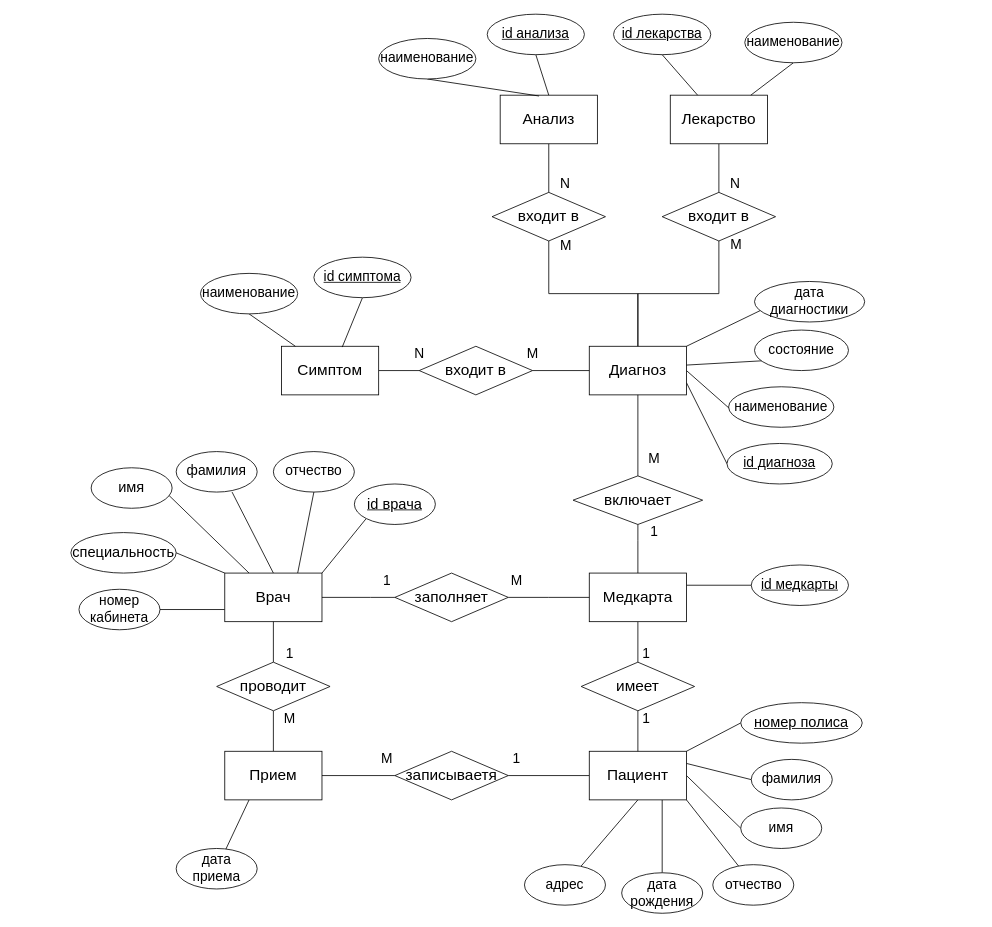
Above: Концептуальная диаграмма.drawio in BozrikovDanila/DB (draw.io), before the change. Source tidied: cells renumbered, new cells numbered last; positions are measured from the earlier drawing's top-left corner, leaving out a move shared by most shapes. Both pictures are drawn from the tidied source at 81%, with x=0, y=0 at pixel (70, 14).
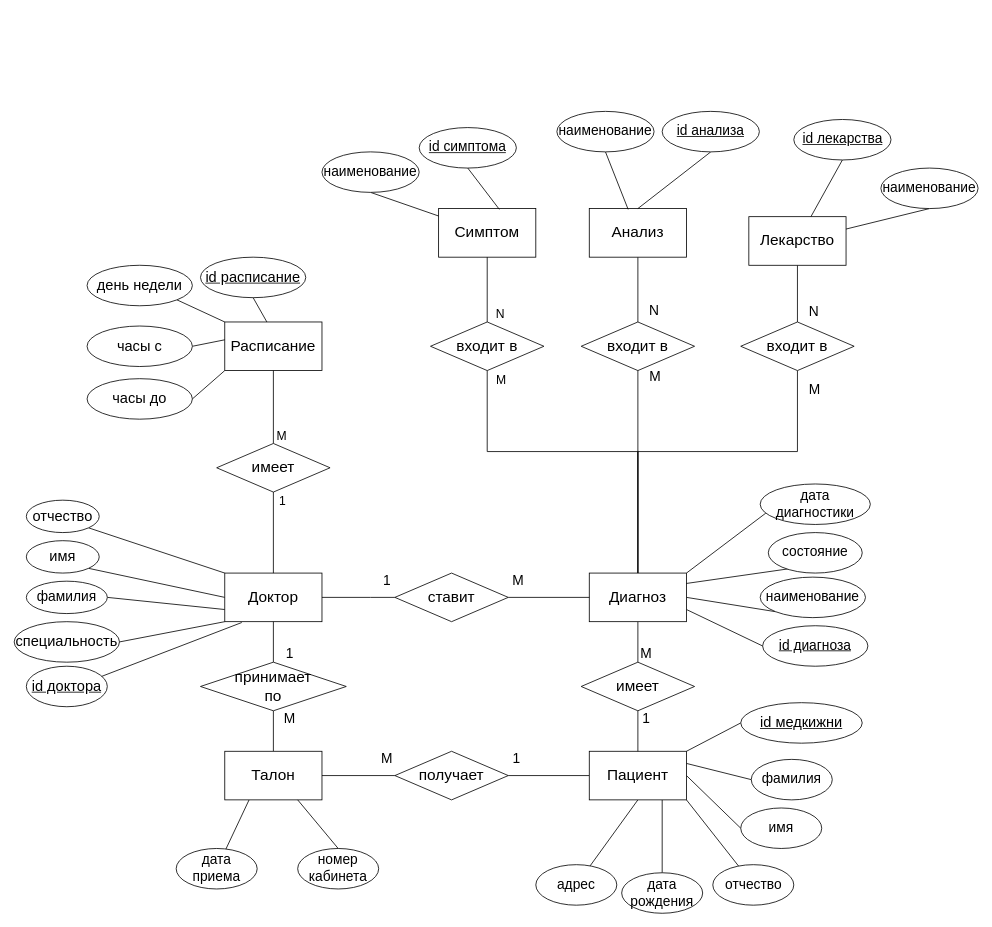
After the change.

Unchanged cells that the change refers to:
```xml
<mxCell id="24" value="имеет" style="rhombus;whiteSpace=wrap;html=1;fontSize=19;" parent="1" vertex="1">
  <mxGeometry x="630" y="800" width="140" height="60" as="geometry" />
</mxCell>
```

Diff of the diagram source:
```diff
@@
-    <mxCell id="2" style="rounded=0;jettySize=auto;html=1;exitX=0;exitY=0.75;exitDx=0;exitDy=0;entryX=1;entryY=0.5;entryDx=0;entryDy=0;fontSize=17;endArrow=none;endFill=0;" parent="1" edge="1" source="7" target="33">
-      <mxGeometry relative="1" as="geometry" />
-    </mxCell>
-    <mxCell id="3" style="edgeStyle=none;rounded=0;jettySize=auto;html=1;exitX=0;exitY=0;exitDx=0;exitDy=0;entryX=1;entryY=0.5;entryDx=0;entryDy=0;fontSize=17;endArrow=none;endFill=0;" parent="1" edge="1" source="7" target="34">
+    <mxCell id="3" style="edgeStyle=none;rounded=0;jettySize=auto;html=1;exitX=0;exitY=1;exitDx=0;exitDy=0;entryX=1;entryY=0.5;entryDx=0;entryDy=0;fontSize=17;endArrow=none;endFill=0;" parent="1" edge="1" source="7" target="34">
       <mxGeometry relative="1" as="geometry" />
     </mxCell>
-    <mxCell id="4" style="edgeStyle=none;rounded=0;jettySize=auto;html=1;exitX=0.25;exitY=0;exitDx=0;exitDy=0;entryX=0.96;entryY=0.68;entryDx=0;entryDy=0;entryPerimeter=0;fontSize=17;endArrow=none;endFill=0;" parent="1" edge="1" source="7" target="31">
+    <mxCell id="4" style="edgeStyle=none;rounded=0;jettySize=auto;html=1;exitX=0;exitY=0.5;exitDx=0;exitDy=0;entryX=1;entryY=1;entryDx=0;entryDy=0;fontSize=17;endArrow=none;endFill=0;" parent="1" edge="1" source="7" target="31">
       <mxGeometry relative="1" as="geometry" />
     </mxCell>
-    <mxCell id="5" style="edgeStyle=none;rounded=0;jettySize=auto;html=1;exitX=0.5;exitY=0;exitDx=0;exitDy=0;entryX=0.69;entryY=1;entryDx=0;entryDy=0;entryPerimeter=0;fontSize=17;endArrow=none;endFill=0;" parent="1" edge="1" source="7" target="30">
+    <mxCell id="5" style="edgeStyle=none;rounded=0;jettySize=auto;html=1;exitX=0;exitY=0.75;exitDx=0;exitDy=0;entryX=1;entryY=0.5;entryDx=0;entryDy=0;fontSize=17;endArrow=none;endFill=0;" parent="1" edge="1" source="7" target="30">
       <mxGeometry relative="1" as="geometry" />
     </mxCell>
-    <mxCell id="6" style="edgeStyle=none;rounded=0;jettySize=auto;html=1;exitX=0.75;exitY=0;exitDx=0;exitDy=0;entryX=0.5;entryY=1;entryDx=0;entryDy=0;fontSize=17;endArrow=none;endFill=0;" parent="1" edge="1" source="7" target="32">
+    <mxCell id="6" style="edgeStyle=none;rounded=0;jettySize=auto;html=1;exitX=0;exitY=0;exitDx=0;exitDy=0;entryX=1;entryY=1;entryDx=0;entryDy=0;fontSize=17;endArrow=none;endFill=0;" parent="1" edge="1" source="7" target="32">
       <mxGeometry relative="1" as="geometry" />
     </mxCell>
-    <mxCell id="7" value="&lt;font style=&quot;font-size: 19px;&quot;&gt;Врач&lt;/font&gt;" style="rounded=0;whiteSpace=wrap;html=1;fontSize=19;" parent="1" vertex="1">
+    <mxCell id="7" value="&lt;font style=&quot;font-size: 19px;&quot;&gt;Доктор&lt;/font&gt;" style="rounded=0;whiteSpace=wrap;html=1;fontSize=19;" parent="1" vertex="1">
       <mxGeometry x="190" y="690" width="120" height="60" as="geometry" />
     </mxCell>
-    <mxCell id="8" value="1" style="edgeStyle=orthogonalEdgeStyle;rounded=0;jettySize=auto;html=1;exitX=0.5;exitY=1;exitDx=0;exitDy=0;fontSize=17;endArrow=none;endFill=0;" parent="1" edge="1" source="10" target="24">
+    <mxCell id="8" value="M" style="edgeStyle=orthogonalEdgeStyle;rounded=0;jettySize=auto;html=1;exitX=0.5;exitY=1;exitDx=0;exitDy=0;fontSize=17;endArrow=none;endFill=0;" parent="1" edge="1" source="81" target="24">
       <mxGeometry x="0.6" y="10" relative="1" as="geometry" />
     </mxCell>
-    <mxCell id="9" style="edgeStyle=none;rounded=0;jettySize=auto;html=1;exitX=1;exitY=0.25;exitDx=0;exitDy=0;entryX=0;entryY=0.5;entryDx=0;entryDy=0;fontSize=17;endArrow=none;endFill=0;" parent="1" edge="1" source="10" target="35">
-      <mxGeometry relative="1" as="geometry" />
-    </mxCell>
-    <mxCell id="10" value="&lt;font style=&quot;font-size: 19px;&quot;&gt;Медкарта&lt;/font&gt;" style="rounded=0;whiteSpace=wrap;html=1;fontSize=19;" parent="1" vertex="1">
-      <mxGeometry x="640" y="690" width="120" height="60" as="geometry" />
-    </mxCell>
@@
-    <mxCell id="20" value="&lt;font style=&quot;font-size: 19px;&quot;&gt;Прием&lt;/font&gt;" style="rounded=0;whiteSpace=wrap;html=1;fontSize=19;" parent="1" vertex="1">
+    <mxCell id="20" value="&lt;font style=&quot;font-size: 19px;&quot;&gt;Талон&lt;/font&gt;" style="rounded=0;whiteSpace=wrap;html=1;fontSize=19;" parent="1" vertex="1">
       <mxGeometry x="190" y="910" width="120" height="60" as="geometry" />
     </mxCell>
-    <mxCell id="21" value="M" style="edgeStyle=orthogonalEdgeStyle;rounded=0;jettySize=auto;html=1;exitX=1;exitY=0.5;exitDx=0;exitDy=0;entryX=0;entryY=0.5;entryDx=0;entryDy=0;fontSize=17;endArrow=none;endFill=0;" parent="1" edge="1" source="22" target="10">
+    <mxCell id="21" value="M" style="edgeStyle=orthogonalEdgeStyle;rounded=0;jettySize=auto;html=1;exitX=1;exitY=0.5;exitDx=0;exitDy=0;entryX=0;entryY=0.5;entryDx=0;entryDy=0;fontSize=17;endArrow=none;endFill=0;" parent="1" edge="1" source="22" target="81">
       <mxGeometry x="-0.8" y="20" relative="1" as="geometry">
         <Array as="points">
-          <mxPoint x="590" y="720" />
-          <mxPoint x="590" y="720" />
+          <mxPoint x="650" y="720" />
         </Array>
       </mxGeometry>
     </mxCell>
-    <mxCell id="22" value="заполняет" style="rhombus;whiteSpace=wrap;html=1;fontSize=19;" parent="1" vertex="1">
+    <mxCell id="22" value="ставит" style="rhombus;whiteSpace=wrap;html=1;fontSize=19;" parent="1" vertex="1">
       <mxGeometry x="400" y="690" width="140" height="60" as="geometry" />
     </mxCell>
@@
-    <mxCell id="26" value="записываетя" style="rhombus;whiteSpace=wrap;html=1;fontSize=19;" parent="1" vertex="1">
+    <mxCell id="26" value="получает" style="rhombus;whiteSpace=wrap;html=1;fontSize=19;" parent="1" vertex="1">
       <mxGeometry x="400" y="910" width="140" height="60" as="geometry" />
     </mxCell>
@@
-    <mxCell id="28" value="&lt;font style=&quot;font-size: 19px;&quot;&gt;проводит&lt;/font&gt;" style="rhombus;whiteSpace=wrap;html=1;fontSize=19;" parent="1" vertex="1">
-      <mxGeometry x="180" y="800" width="140" height="60" as="geometry" />
+    <mxCell id="28" value="&lt;font style=&quot;font-size: 19px;&quot;&gt;принимает&lt;br&gt;по&lt;/font&gt;" style="rhombus;whiteSpace=wrap;html=1;fontSize=19;" parent="1" vertex="1">
+      <mxGeometry x="160" y="800" width="180" height="60" as="geometry" />
     </mxCell>
@@
     <mxCell id="30" value="фамилия" style="ellipse;whiteSpace=wrap;html=1;fontSize=17;" parent="1" vertex="1">
-      <mxGeometry x="130" y="540" width="100" height="50" as="geometry" />
+      <mxGeometry x="-55" y="700" width="100" height="40" as="geometry" />
     </mxCell>
     <mxCell id="31" value="имя" style="ellipse;whiteSpace=wrap;html=1;fontSize=18;" parent="1" vertex="1">
-      <mxGeometry x="25" y="560" width="100" height="50" as="geometry" />
+      <mxGeometry x="-55" y="650" width="90" height="40" as="geometry" />
     </mxCell>
-    <mxCell id="32" value="отчество" style="ellipse;whiteSpace=wrap;html=1;fontSize=17;" parent="1" vertex="1">
-      <mxGeometry x="250" y="540" width="100" height="50" as="geometry" />
+    <mxCell id="32" value="&lt;font style=&quot;font-size: 18px;&quot;&gt;отчество&lt;/font&gt;" style="ellipse;whiteSpace=wrap;html=1;fontSize=17;" parent="1" vertex="1">
+      <mxGeometry x="-55" y="600" width="90" height="40" as="geometry" />
     </mxCell>
-    <mxCell id="33" value="номер кабинета" style="ellipse;whiteSpace=wrap;html=1;fontSize=17;" parent="1" vertex="1">
-      <mxGeometry x="10" y="710" width="100" height="50" as="geometry" />
-    </mxCell>
     <mxCell id="34" value="специальность" style="ellipse;whiteSpace=wrap;html=1;fontSize=18;" parent="1" vertex="1">
-      <mxGeometry y="640" width="130" height="50" as="geometry" />
+      <mxGeometry x="-70" y="750" width="130" height="50" as="geometry" />
     </mxCell>
-    <mxCell id="35" value="&lt;u&gt;id медкарты&lt;/u&gt;" style="ellipse;whiteSpace=wrap;html=1;fontSize=17;" parent="1" vertex="1">
-      <mxGeometry x="840" y="680" width="120" height="50" as="geometry" />
-    </mxCell>
@@
     <mxCell id="39" value="адрес" style="ellipse;whiteSpace=wrap;html=1;fontSize=17;" parent="1" vertex="1">
-      <mxGeometry x="560" y="1050" width="100" height="50" as="geometry" />
+      <mxGeometry x="574" y="1050" width="100" height="50" as="geometry" />
     </mxCell>
@@
-    <mxCell id="42" value="включает" style="rhombus;whiteSpace=wrap;html=1;fontSize=19;" parent="1" vertex="1">
-      <mxGeometry x="620" y="570" width="160" height="60" as="geometry" />
-    </mxCell>
-    <mxCell id="43" value="&lt;span style=&quot;font-size: 17px;&quot;&gt;M&lt;br&gt;&lt;/span&gt;" style="edgeStyle=orthogonalEdgeStyle;rounded=0;jettySize=auto;html=1;exitX=0.5;exitY=1;exitDx=0;exitDy=0;entryX=0.5;entryY=0;entryDx=0;entryDy=0;endArrow=none;endFill=0;" parent="1" edge="1" source="81" target="42">
-      <mxGeometry x="0.6" y="20" relative="1" as="geometry" />
-    </mxCell>
@@
-    <mxCell id="45" value="1" style="edgeStyle=orthogonalEdgeStyle;rounded=0;jettySize=auto;html=1;entryX=0.5;entryY=0;entryDx=0;entryDy=0;fontSize=17;endArrow=none;endFill=0;exitX=0.5;exitY=1;exitDx=0;exitDy=0;" parent="1" edge="1" source="42" target="10">
-      <mxGeometry x="-0.67" y="20" relative="1" as="geometry">
-        <Array as="points">
-          <mxPoint x="700" y="650" />
-          <mxPoint x="700" y="650" />
-        </Array>
-      </mxGeometry>
-    </mxCell>
@@
     <mxCell id="47" value="наименование" style="ellipse;whiteSpace=wrap;html=1;fontSize=17;" parent="1" vertex="1">
-      <mxGeometry x="812" y="460" width="130" height="50" as="geometry" />
+      <mxGeometry x="851" y="695" width="130" height="50" as="geometry" />
     </mxCell>
     <mxCell id="48" value="состояние" style="ellipse;whiteSpace=wrap;html=1;fontSize=17;" parent="1" vertex="1">
-      <mxGeometry x="844" y="390" width="116" height="50" as="geometry" />
+      <mxGeometry x="861" y="640" width="116" height="50" as="geometry" />
     </mxCell>
@@
-    <mxCell id="50" value="&lt;u style=&quot;&quot;&gt;номер полиса&lt;/u&gt;" style="ellipse;whiteSpace=wrap;html=1;fontSize=18;" parent="1" vertex="1">
+    <mxCell id="50" value="&lt;u&gt;id медкижни&lt;/u&gt;" style="ellipse;whiteSpace=wrap;html=1;fontSize=18;" parent="1" vertex="1">
       <mxGeometry x="827" y="850" width="150" height="50" as="geometry" />
     </mxCell>
-    <mxCell id="51" style="edgeStyle=none;rounded=0;jettySize=auto;html=1;exitX=0;exitY=1;exitDx=0;exitDy=0;entryX=1;entryY=0;entryDx=0;entryDy=0;fontSize=17;endArrow=none;endFill=0;" parent="1" edge="1" source="52" target="7">
+    <mxCell id="51" style="edgeStyle=none;rounded=0;jettySize=auto;html=1;exitX=0;exitY=1;exitDx=0;exitDy=0;entryX=0.175;entryY=1.017;entryDx=0;entryDy=0;fontSize=17;endArrow=none;endFill=0;entryPerimeter=0;" parent="1" edge="1" source="52" target="7">
       <mxGeometry relative="1" as="geometry" />
     </mxCell>
-    <mxCell id="52" value="&lt;u&gt;id врача&lt;/u&gt;" style="ellipse;whiteSpace=wrap;html=1;fontSize=18;" parent="1" vertex="1">
-      <mxGeometry x="350" y="580" width="100" height="50" as="geometry" />
+    <mxCell id="52" value="&lt;u&gt;id доктора&lt;/u&gt;" style="ellipse;whiteSpace=wrap;html=1;fontSize=18;" parent="1" vertex="1">
+      <mxGeometry x="-55" y="805" width="100" height="50" as="geometry" />
     </mxCell>
@@
     <mxCell id="54" value="&lt;u&gt;id диагноза&lt;/u&gt;" style="ellipse;whiteSpace=wrap;html=1;fontSize=17;" parent="1" vertex="1">
-      <mxGeometry x="810" y="530" width="130" height="50" as="geometry" />
+      <mxGeometry x="854" y="755" width="130" height="50" as="geometry" />
     </mxCell>
     <mxCell id="55" style="edgeStyle=orthogonalEdgeStyle;rounded=0;jettySize=auto;html=1;exitX=0.5;exitY=1;exitDx=0;exitDy=0;entryX=0.5;entryY=0;entryDx=0;entryDy=0;fontSize=17;endArrow=none;endFill=0;" parent="1" edge="1" source="57" target="81">
-      <mxGeometry relative="1" as="geometry" />
+      <mxGeometry relative="1" as="geometry">
+        <Array as="points">
+          <mxPoint x="897" y="540" />
+          <mxPoint x="700" y="540" />
+        </Array>
+      </mxGeometry>
     </mxCell>
@@
     <mxCell id="57" value="входит в" style="rhombus;whiteSpace=wrap;html=1;fontSize=19;" parent="1" vertex="1">
-      <mxGeometry x="730" y="220" width="140" height="60" as="geometry" />
+      <mxGeometry x="827" y="380" width="140" height="60" as="geometry" />
     </mxCell>
-    <mxCell id="58" style="edgeStyle=orthogonalEdgeStyle;rounded=0;jettySize=auto;html=1;exitX=0.5;exitY=1;exitDx=0;exitDy=0;fontSize=17;endArrow=none;endFill=0;startArrow=none;" parent="1" edge="1" source="81">
-      <mxGeometry relative="1" as="geometry">
-        <mxPoint x="700" y="460" as="targetPoint" />
-      </mxGeometry>
-    </mxCell>
     <mxCell id="59" value="входит в" style="rhombus;whiteSpace=wrap;html=1;fontSize=19;" parent="1" vertex="1">
-      <mxGeometry x="520" y="220" width="140" height="60" as="geometry" />
+      <mxGeometry x="630" y="380" width="140" height="60" as="geometry" />
     </mxCell>
@@
     <mxCell id="61" value="Анализ" style="rounded=0;whiteSpace=wrap;html=1;fontSize=19;" parent="1" vertex="1">
-      <mxGeometry x="530" y="100" width="120" height="60" as="geometry" />
+      <mxGeometry x="640" y="240" width="120" height="60" as="geometry" />
     </mxCell>
@@
     <mxCell id="63" value="Лекарство" style="rounded=0;whiteSpace=wrap;html=1;fontSize=19;" parent="1" vertex="1">
-      <mxGeometry x="740" y="100" width="120" height="60" as="geometry" />
+      <mxGeometry x="837" y="250" width="120" height="60" as="geometry" />
     </mxCell>
@@
     <mxCell id="65" value="наименование" style="ellipse;whiteSpace=wrap;html=1;fontSize=17;" parent="1" vertex="1">
-      <mxGeometry x="380" y="30" width="120" height="50" as="geometry" />
+      <mxGeometry x="600" y="120" width="120" height="50" as="geometry" />
     </mxCell>
@@
     <mxCell id="67" value="&lt;u&gt;id анализа&lt;/u&gt;" style="ellipse;whiteSpace=wrap;html=1;fontSize=17;" parent="1" vertex="1">
-      <mxGeometry x="514" width="120" height="50" as="geometry" />
+      <mxGeometry x="730" y="120" width="120" height="50" as="geometry" />
     </mxCell>
@@
     <mxCell id="69" value="наименование" style="ellipse;whiteSpace=wrap;html=1;fontSize=17;" parent="1" vertex="1">
-      <mxGeometry x="832" y="10" width="120" height="50" as="geometry" />
+      <mxGeometry x="1000" y="190" width="120" height="50" as="geometry" />
     </mxCell>
@@
     <mxCell id="71" value="&lt;u&gt;id лекарства&lt;/u&gt;" style="ellipse;whiteSpace=wrap;html=1;fontSize=17;" parent="1" vertex="1">
-      <mxGeometry x="670" width="120" height="50" as="geometry" />
+      <mxGeometry x="892.5" y="130" width="120" height="50" as="geometry" />
     </mxCell>
-    <mxCell id="72" value="N" style="edgeStyle=none;rounded=0;jettySize=auto;html=1;exitX=1;exitY=0.5;exitDx=0;exitDy=0;entryX=0;entryY=0.5;entryDx=0;entryDy=0;fontSize=17;endArrow=none;endFill=0;" parent="1" edge="1" source="73" target="79">
-      <mxGeometry x="1" y="20" relative="1" as="geometry" />
-    </mxCell>
     <mxCell id="73" value="Симптом" style="rounded=0;whiteSpace=wrap;html=1;fontSize=19;" parent="1" vertex="1">
-      <mxGeometry x="260" y="410" width="120" height="60" as="geometry" />
+      <mxGeometry x="454" y="240" width="120" height="60" as="geometry" />
     </mxCell>
@@
     <mxCell id="75" value="наименование" style="ellipse;whiteSpace=wrap;html=1;fontSize=17;" parent="1" vertex="1">
-      <mxGeometry x="160" y="320" width="120" height="50" as="geometry" />
+      <mxGeometry x="310" y="170" width="120" height="50" as="geometry" />
     </mxCell>
@@
     <mxCell id="77" value="&lt;u&gt;id симптома&lt;/u&gt;" style="ellipse;whiteSpace=wrap;html=1;fontSize=17;" parent="1" vertex="1">
-      <mxGeometry x="300" y="300" width="120" height="50" as="geometry" />
+      <mxGeometry x="430" y="140" width="120" height="50" as="geometry" />
     </mxCell>
-    <mxCell id="78" value="M" style="edgeStyle=none;rounded=0;jettySize=auto;html=1;exitX=1;exitY=0.5;exitDx=0;exitDy=0;entryX=0;entryY=0.5;entryDx=0;entryDy=0;fontSize=17;endArrow=none;endFill=0;" parent="1" edge="1" source="79" target="81">
-      <mxGeometry x="-1" y="20" relative="1" as="geometry" />
+    <mxCell id="78" style="edgeStyle=orthogonalEdgeStyle;rounded=0;jettySize=auto;html=1;exitX=0.5;exitY=1;exitDx=0;exitDy=0;entryX=0.5;entryY=0;entryDx=0;entryDy=0;endArrow=none;endFill=0;" parent="1" edge="1" source="79" target="81">
+      <mxGeometry relative="1" as="geometry">
+        <Array as="points">
+          <mxPoint x="514" y="540" />
+          <mxPoint x="700" y="540" />
+        </Array>
+      </mxGeometry>
     </mxCell>
+    <mxCell id="85" value="M" style="edgeLabel;html=1;align=center;verticalAlign=middle;fontSize=15;" parent="78" vertex="1">
+      <mxGeometry x="-0.9" y="2" relative="1" as="geometry">
+        <mxPoint x="14" y="-12" as="offset" />
+      </mxGeometry>
+    </mxCell>
+    <mxCell id="72" value="&lt;font style=&quot;font-size: 15px;&quot;&gt;N&lt;/font&gt;" style="edgeStyle=none;rounded=0;jettySize=auto;html=1;exitX=0.5;exitY=0;exitDx=0;exitDy=0;entryX=0.5;entryY=1;entryDx=0;entryDy=0;endArrow=none;endFill=0;" parent="1" edge="1" source="79" target="73">
+      <mxGeometry x="-0.75" y="-16" relative="1" as="geometry" />
+    </mxCell>
     <mxCell id="79" value="входит в" style="rhombus;whiteSpace=wrap;html=1;fontSize=19;" parent="1" vertex="1">
-      <mxGeometry x="430" y="410" width="140" height="60" as="geometry" />
+      <mxGeometry x="444" y="380" width="140" height="60" as="geometry" />
     </mxCell>
@@
     <mxCell id="81" value="Диагноз" style="rounded=0;whiteSpace=wrap;html=1;fontSize=19;" parent="1" vertex="1">
-      <mxGeometry x="640" y="410" width="120" height="60" as="geometry" />
+      <mxGeometry x="640" y="690" width="120" height="60" as="geometry" />
     </mxCell>
@@
     <mxCell id="84" value="дата диагностики" style="ellipse;whiteSpace=wrap;html=1;fontSize=17;" parent="1" vertex="1">
-      <mxGeometry x="844" y="330" width="136" height="50" as="geometry" />
+      <mxGeometry x="851" y="580" width="136" height="50" as="geometry" />
     </mxCell>
+    <mxCell id="86" style="rounded=0;jettySize=auto;html=1;exitX=0.5;exitY=0;exitDx=0;exitDy=0;entryX=0.75;entryY=1;entryDx=0;entryDy=0;endArrow=none;endFill=0;" parent="1" edge="1" source="33" target="20">
+      <mxGeometry relative="1" as="geometry" />
+    </mxCell>
+    <mxCell id="33" value="номер кабинета" style="ellipse;whiteSpace=wrap;html=1;fontSize=17;" parent="1" vertex="1">
+      <mxGeometry x="280" y="1030" width="100" height="50" as="geometry" />
+    </mxCell>
+    <mxCell id="87" value="Расписание" style="rounded=0;whiteSpace=wrap;html=1;fontSize=19;" parent="1" vertex="1">
+      <mxGeometry x="190" y="380" width="120" height="60" as="geometry" />
+    </mxCell>
+    <mxCell id="88" style="edgeStyle=none;rounded=0;jettySize=auto;html=1;exitX=0.5;exitY=1;exitDx=0;exitDy=0;entryX=0.433;entryY=0;entryDx=0;entryDy=0;entryPerimeter=0;fontSize=15;endArrow=none;endFill=0;" parent="1" edge="1" source="89" target="87">
+      <mxGeometry relative="1" as="geometry" />
+    </mxCell>
+    <mxCell id="89" value="&lt;u&gt;id расписание&lt;/u&gt;" style="ellipse;whiteSpace=wrap;html=1;fontSize=18;" parent="1" vertex="1">
+      <mxGeometry x="160" y="300" width="130" height="50" as="geometry" />
+    </mxCell>
+    <mxCell id="90" style="rounded=0;jettySize=auto;html=1;exitX=1;exitY=1;exitDx=0;exitDy=0;entryX=0;entryY=0;entryDx=0;entryDy=0;fontSize=15;endArrow=none;endFill=0;" parent="1" edge="1" source="91" target="87">
+      <mxGeometry relative="1" as="geometry" />
+    </mxCell>
+    <mxCell id="91" value="день недели" style="ellipse;whiteSpace=wrap;html=1;fontSize=18;" parent="1" vertex="1">
+      <mxGeometry x="20" y="310" width="130" height="50" as="geometry" />
+    </mxCell>
+    <mxCell id="92" style="edgeStyle=none;rounded=0;jettySize=auto;html=1;exitX=1;exitY=0.5;exitDx=0;exitDy=0;entryX=0;entryY=0.367;entryDx=0;entryDy=0;entryPerimeter=0;fontSize=15;endArrow=none;endFill=0;" parent="1" edge="1" source="93" target="87">
+      <mxGeometry relative="1" as="geometry" />
+    </mxCell>
+    <mxCell id="93" value="часы с" style="ellipse;whiteSpace=wrap;html=1;fontSize=18;" parent="1" vertex="1">
+      <mxGeometry x="20" y="385" width="130" height="50" as="geometry" />
+    </mxCell>
+    <mxCell id="94" style="edgeStyle=none;rounded=0;jettySize=auto;html=1;exitX=1;exitY=0.5;exitDx=0;exitDy=0;entryX=0;entryY=1;entryDx=0;entryDy=0;fontSize=15;endArrow=none;endFill=0;" parent="1" edge="1" source="95" target="87">
+      <mxGeometry relative="1" as="geometry" />
+    </mxCell>
+    <mxCell id="95" value="часы до" style="ellipse;whiteSpace=wrap;html=1;fontSize=18;" parent="1" vertex="1">
+      <mxGeometry x="20" y="450" width="130" height="50" as="geometry" />
+    </mxCell>
+    <mxCell id="96" value="M" style="edgeStyle=none;rounded=0;jettySize=auto;html=1;exitX=0.5;exitY=0;exitDx=0;exitDy=0;entryX=0.5;entryY=1;entryDx=0;entryDy=0;fontSize=15;endArrow=none;endFill=0;" parent="1" edge="1" source="98" target="87">
+      <mxGeometry x="-0.78" y="-10" relative="1" as="geometry" />
+    </mxCell>
+    <mxCell id="97" style="edgeStyle=none;rounded=0;jettySize=auto;html=1;exitX=0.5;exitY=1;exitDx=0;exitDy=0;entryX=0.5;entryY=0;entryDx=0;entryDy=0;fontSize=15;endArrow=none;endFill=0;" parent="1" edge="1" source="98" target="7">
+      <mxGeometry relative="1" as="geometry" />
+    </mxCell>
+    <mxCell id="45" value="1" style="edgeLabel;html=1;align=center;verticalAlign=middle;fontSize=15;" parent="97" vertex="1">
+      <mxGeometry x="-0.34" y="-2" relative="1" as="geometry">
+        <mxPoint x="12" y="-23" as="offset" />
+      </mxGeometry>
+    </mxCell>
+    <mxCell id="98" value="имеет" style="rhombus;whiteSpace=wrap;html=1;fontSize=19;" parent="1" vertex="1">
+      <mxGeometry x="180" y="530" width="140" height="60" as="geometry" />
+    </mxCell>
```
